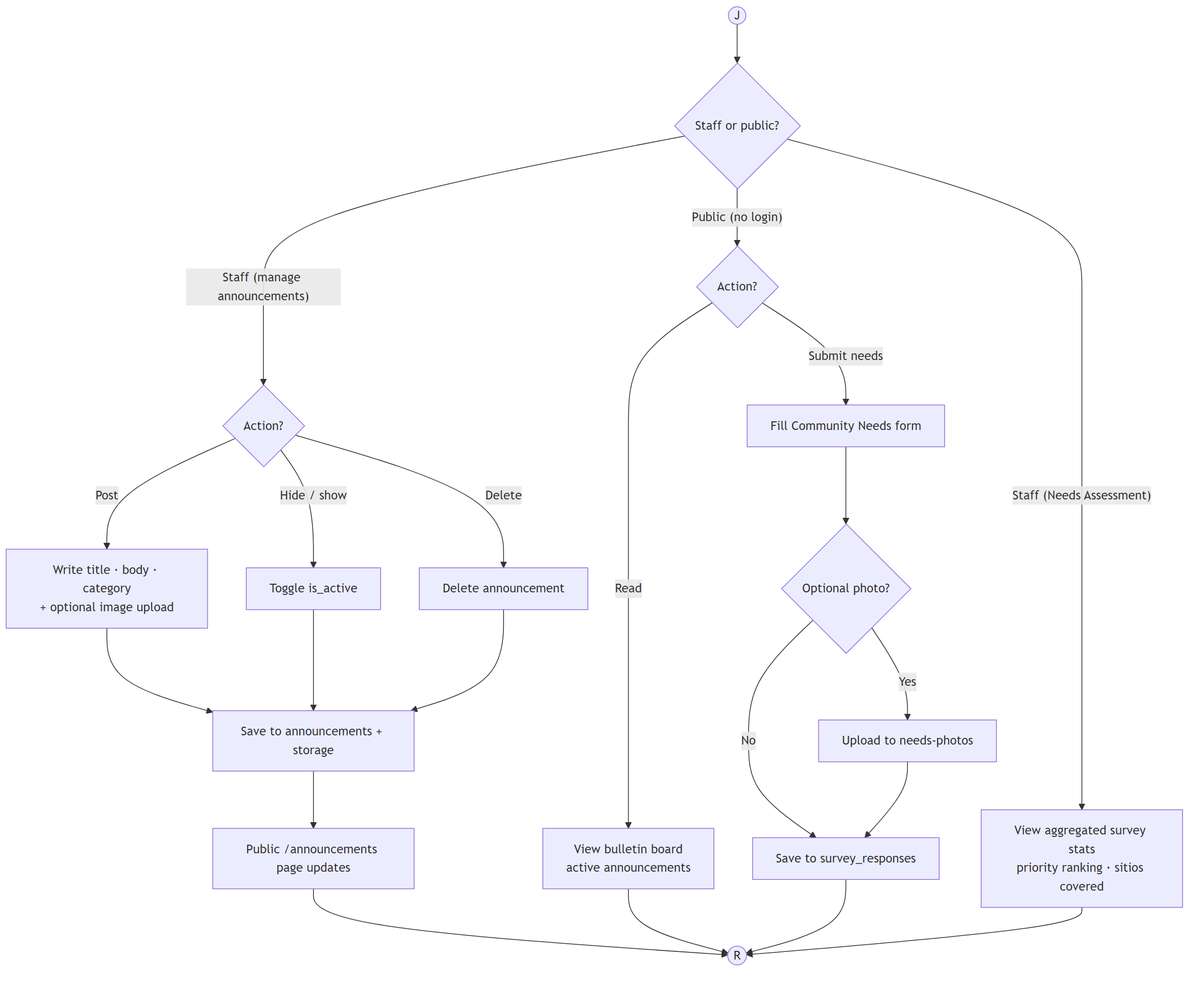
Above: diagrams/modules/announcements_needs.png in KellyEspera/protect (Mermaid), before the change. Its source is kept beside it as diagrams/modules/announcements_needs.mmd.
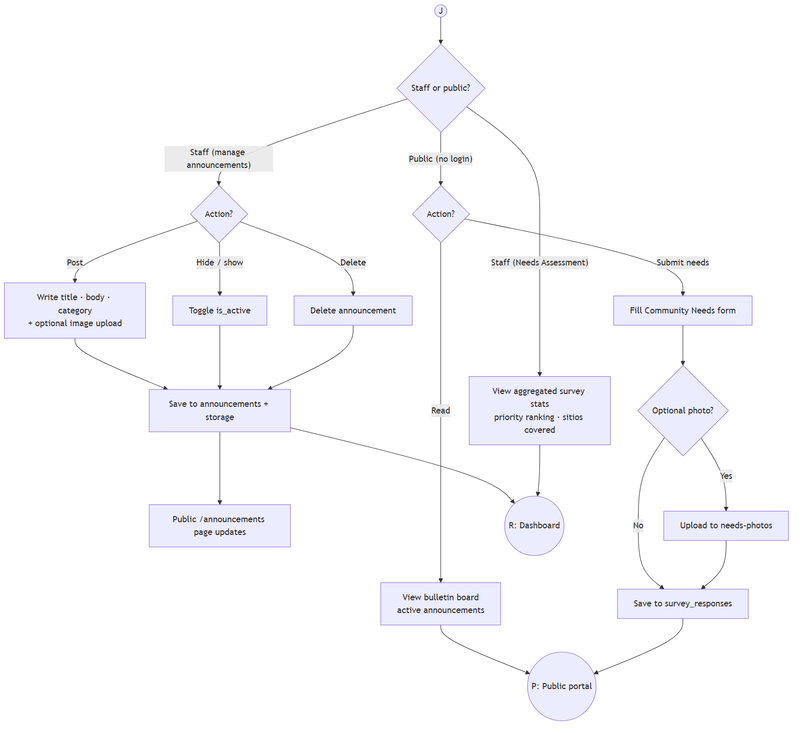
After the commit.

The edit, as a diff of the source:
```diff
@@ -20,7 +20,7 @@
 
     Who -- "Staff (Needs Assessment)" --> Agg[View aggregated survey stats<br/>priority ranking · sitios covered]
 
-    PubPage --> R((R))
-    Read --> R
-    SaveN --> R
+    SaveA --> R((R: Dashboard))
+    Read --> P((P: Public portal))
+    SaveN --> P
     Agg --> R
```
